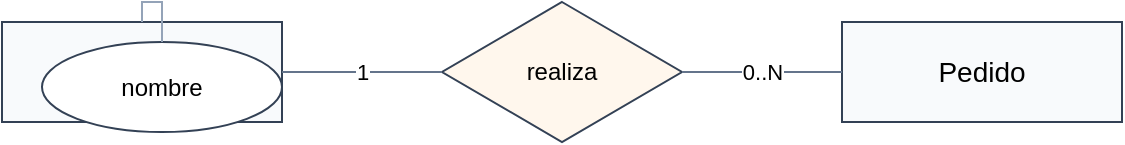
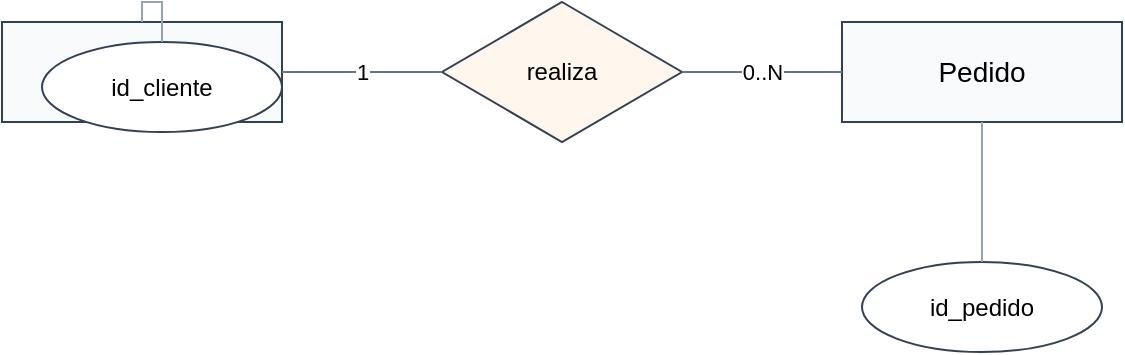
<?xml version='1.0' encoding='utf-8'?>
<mxfile host="app.diagrams.net" agent="drawio-mer-skill" version="24.7.17">
  <diagram id="overlap_invalid" name="MER overlap invalid">
    <mxGraphModel dx="800" dy="600" grid="1" gridSize="10" guides="1" tooltips="1" connect="1" arrows="1" fold="1" page="1" pageScale="1" pageWidth="800" pageHeight="600" math="0" shadow="0">
      <root>
        <mxCell id="0" />
        <mxCell id="1" parent="0" />
        <mxCell id="entity_cliente" value="Cliente" style="rounded=0;whiteSpace=wrap;html=1;align=center;verticalAlign=middle;fontSize=14;strokeColor=#334155;fillColor=#f8fafc;" vertex="1" parent="1">
          <mxGeometry x="100" y="100" width="140" height="50" as="geometry" />
        </mxCell>
-         <mxCell id="attr_cliente_nombre" value="nombre" style="ellipse;whiteSpace=wrap;html=1;align=center;verticalAlign=middle;fontSize=12;strokeColor=#334155;fillColor=#ffffff;" vertex="1" parent="1">
+         <mxCell id="attr_cliente_id_cliente" value="id_cliente" style="ellipse;whiteSpace=wrap;html=1;align=center;verticalAlign=middle;fontSize=12;strokeColor=#334155;fillColor=#ffffff;" vertex="1" parent="1">
          <mxGeometry x="120" y="110" width="120" height="45" as="geometry" />
+         </mxCell>
+         <mxCell id="attr_pedido_id_pedido" value="id_pedido" style="ellipse;whiteSpace=wrap;html=1;align=center;verticalAlign=middle;fontSize=12;strokeColor=#334155;fillColor=#ffffff;" vertex="1" parent="1">
+           <mxGeometry x="530" y="220" width="120" height="45" as="geometry" />
        </mxCell>
        <mxCell id="rel_realiza" value="realiza" style="rhombus;whiteSpace=wrap;html=1;align=center;verticalAlign=middle;fontSize=12;strokeColor=#334155;fillColor=#fff7ed;" vertex="1" parent="1">
          <mxGeometry x="320" y="90" width="120" height="70" as="geometry" />
        </mxCell>
        <mxCell id="entity_pedido" value="Pedido" style="rounded=0;whiteSpace=wrap;html=1;align=center;verticalAlign=middle;fontSize=14;strokeColor=#334155;fillColor=#f8fafc;" vertex="1" parent="1">
          <mxGeometry x="520" y="100" width="140" height="50" as="geometry" />
        </mxCell>
-         <mxCell id="edge_cliente_attr_nombre" value="" style="edgeStyle=orthogonalEdgeStyle;rounded=0;orthogonalLoop=1;jettySize=auto;html=1;endArrow=none;endFill=0;strokeColor=#94a3b8;" edge="1" parent="1" source="attr_cliente_nombre" target="entity_cliente">
+         <mxCell id="edge_cliente_attr_nombre" value="" style="edgeStyle=orthogonalEdgeStyle;rounded=0;orthogonalLoop=1;jettySize=auto;html=1;endArrow=none;endFill=0;strokeColor=#94a3b8;" edge="1" parent="1" source="attr_cliente_id_cliente" target="entity_cliente">
+           <mxGeometry relative="1" as="geometry" />
+         </mxCell>
+         <mxCell id="edge_pedido_attr_id" value="" style="edgeStyle=orthogonalEdgeStyle;rounded=0;orthogonalLoop=1;jettySize=auto;html=1;endArrow=none;endFill=0;strokeColor=#94a3b8;" edge="1" parent="1" source="attr_pedido_id_pedido" target="entity_pedido">
          <mxGeometry relative="1" as="geometry" />
        </mxCell>
        <mxCell id="edge_cliente_realiza" value="1" style="edgeStyle=orthogonalEdgeStyle;rounded=0;orthogonalLoop=1;jettySize=auto;html=1;endArrow=none;endFill=0;strokeColor=#64748b;fontSize=11;ignoreRouteCrossing=1;" edge="1" parent="1" source="entity_cliente" target="rel_realiza">
          <mxGeometry relative="1" as="geometry" />
        </mxCell>
        <mxCell id="edge_realiza_pedido" value="0..N" style="edgeStyle=orthogonalEdgeStyle;rounded=0;orthogonalLoop=1;jettySize=auto;html=1;endArrow=none;endFill=0;strokeColor=#64748b;fontSize=11;" edge="1" parent="1" source="rel_realiza" target="entity_pedido">
          <mxGeometry relative="1" as="geometry" />
        </mxCell>
      </root>
    </mxGraphModel>
  </diagram>
</mxfile>
